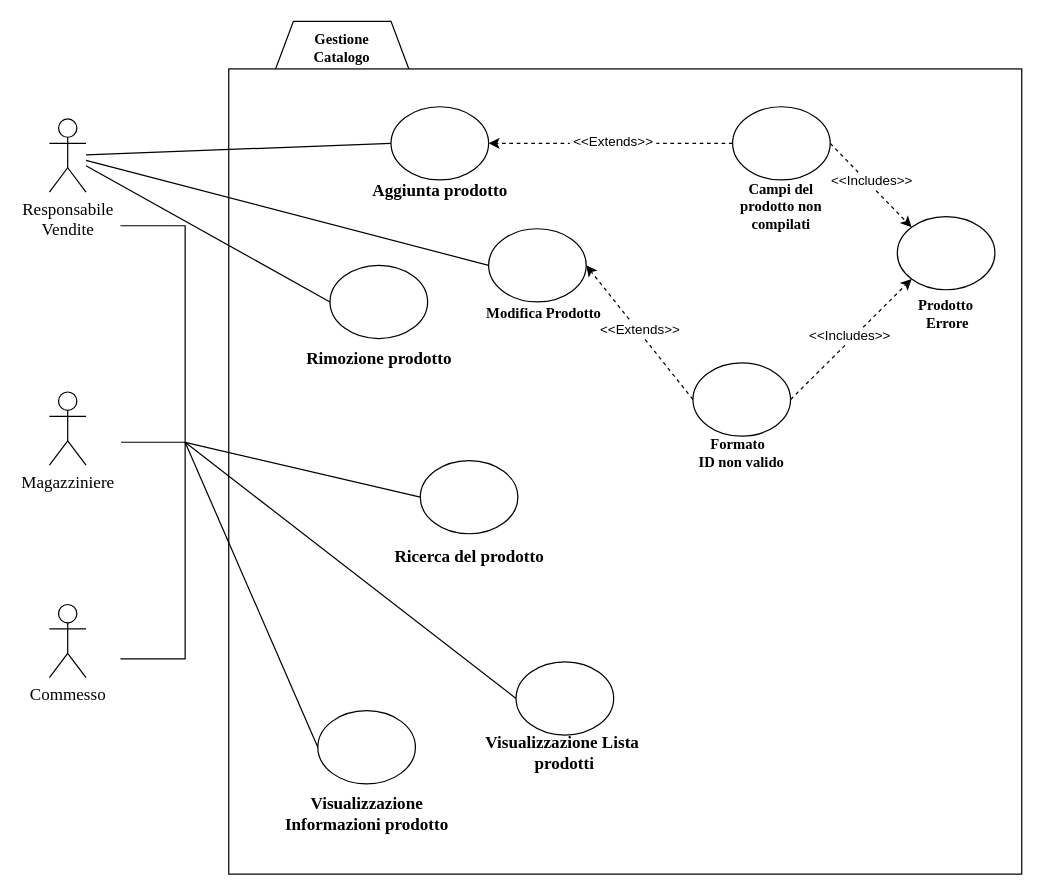
Earlier version of the draw.io diagram Bozze/Diagrammi Casi D'Uso/GestioneCatalogoALPHA.drawio (Carmineh/IT-Manager). Source tidied: cells renumbered, new cells numbered last; positions are measured from the earlier drawing's top-left corner, leaving out a move shared by most shapes. Both pictures are drawn from the tidied source at 122%, with x=0, y=0 at pixel (-63, 21).
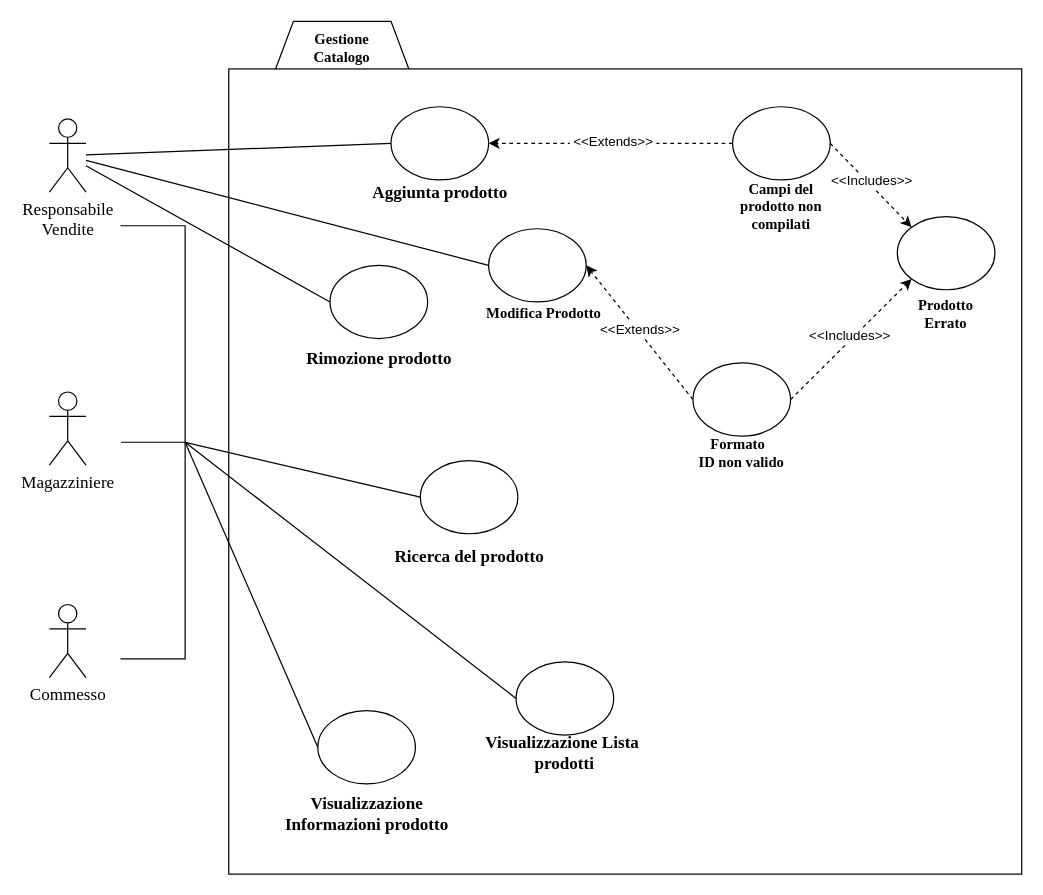
The same page after the edit.

The edit, as a diff of the source:
```diff
@@
-    <mxCell id="19" value="&lt;font face=&quot;Times New Roman&quot;&gt;&lt;span style=&quot;font-size: 14px&quot;&gt;&lt;b&gt;Aggiunta prodotto&lt;/b&gt;&lt;/span&gt;&lt;/font&gt;" style="text;html=1;strokeColor=none;fillColor=none;align=center;verticalAlign=middle;whiteSpace=wrap;rounded=0;" parent="1" vertex="1">
+    <mxCell id="19" value="&lt;font face=&quot;Times New Roman&quot; style=&quot;font-size: 14px;&quot;&gt;&lt;span style=&quot;font-size: 14px;&quot;&gt;&lt;b style=&quot;font-size: 14px;&quot;&gt;Aggiunta prodotto&lt;/b&gt;&lt;/span&gt;&lt;/font&gt;" style="text;html=1;strokeColor=none;fillColor=none;align=center;verticalAlign=middle;whiteSpace=wrap;rounded=0;fontSize=14;" parent="1" vertex="1">
       <mxGeometry x="339.5" y="130" width="145" height="20" as="geometry" />
     </mxCell>
@@
-    <mxCell id="36" value="&lt;font face=&quot;Times New Roman&quot;&gt;&lt;b&gt;Prodotto&lt;br&gt;&amp;nbsp;Errore&lt;/b&gt;&lt;/font&gt;" style="text;html=1;strokeColor=none;fillColor=none;align=center;verticalAlign=middle;whiteSpace=wrap;rounded=0;" parent="1" vertex="1">
+    <mxCell id="36" value="&lt;font face=&quot;Times New Roman&quot;&gt;&lt;b&gt;Prodotto Errato&lt;br&gt;&lt;/b&gt;&lt;/font&gt;" style="text;html=1;strokeColor=none;fillColor=none;align=center;verticalAlign=middle;whiteSpace=wrap;rounded=0;" parent="1" vertex="1">
       <mxGeometry x="792" y="230" width="70" height="20" as="geometry" />
     </mxCell>
```
